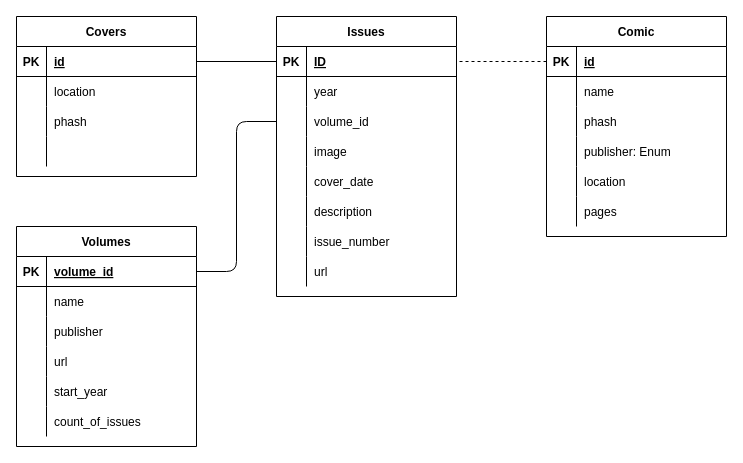
Above: longbox.drawio in jdbennet2001/draw.io (draw.io), before the change. Source tidied: cells renumbered, new cells numbered last; positions are measured from the earlier drawing's top-left corner, leaving out a move shared by most shapes. Both pictures are drawn from the tidied source at 100%, with x=0, y=0 at pixel (16, 16).
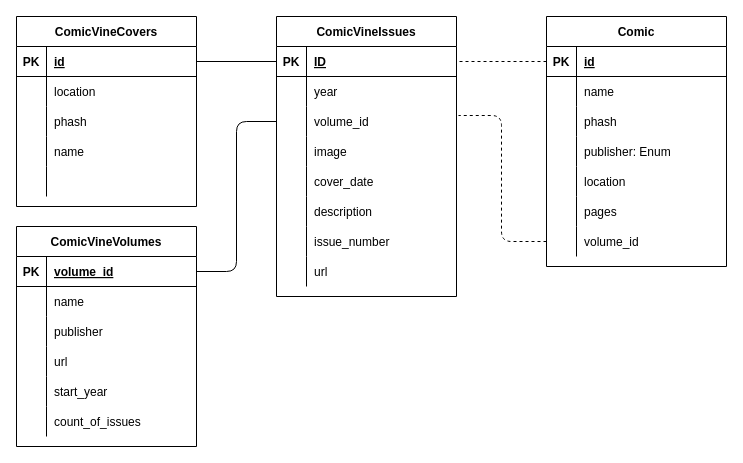
The same diagram, later.

The change refers to these unchanged cells:
```xml
<mxCell id="9" style="shape=partialRectangle;fillColor=none;top=0;left=0;bottom=0;right=0;points=[[0,0.5],[1,0.5]];portConstraint=eastwest;" parent="2" vertex="1">
  <mxGeometry y="90" width="180" height="30" as="geometry" />
</mxCell>
<mxCell id="37" style="shape=partialRectangle;fillColor=none;top=0;left=0;bottom=0;right=0;" parent="27" vertex="1">
  <mxGeometry y="120" width="180" height="30" as="geometry" />
</mxCell>
```

Change to the diagram source:
```diff
@@
-    <mxCell id="2" value="Issues" style="shape=table;startSize=30;childLayout=tableLayout;rowLines=0;fontStyle=1;align=center;" parent="1" vertex="1">
+    <mxCell id="2" value="ComicVineIssues" style="shape=table;startSize=30;childLayout=tableLayout;rowLines=0;fontStyle=1;align=center;" parent="1" vertex="1">
       <mxGeometry x="260" width="180" height="280" as="geometry" />
     </mxCell>
@@
-    <mxCell id="27" value="Covers" style="shape=table;startSize=30;childLayout=tableLayout;rowLines=0;fontStyle=1;align=center;" parent="1" vertex="1">
-      <mxGeometry width="180" height="160" as="geometry" />
+    <mxCell id="27" value="ComicVineCovers" style="shape=table;startSize=30;childLayout=tableLayout;rowLines=0;fontStyle=1;align=center;" parent="1" vertex="1">
+      <mxGeometry width="180" height="190" as="geometry" />
     </mxCell>
@@
-    <mxCell id="39" style="shape=partialRectangle;fillColor=none;top=0;left=0;bottom=0;right=0;align=left;spacingLeft=6;overflow=hidden;" parent="37" vertex="1">
+    <mxCell id="39" value="name" style="shape=partialRectangle;fillColor=none;top=0;left=0;bottom=0;right=0;align=left;spacingLeft=6;overflow=hidden;" parent="37" vertex="1">
       <mxGeometry x="30" width="150" height="30" as="geometry" />
     </mxCell>
+    <mxCell id="81" style="shape=partialRectangle;fillColor=none;top=0;left=0;bottom=0;right=0;" parent="27" vertex="1">
+      <mxGeometry y="150" width="180" height="30" as="geometry" />
+    </mxCell>
+    <mxCell id="82" style="shape=partialRectangle;fillColor=none;top=0;left=0;bottom=0;right=0;overflow=hidden;" parent="81" vertex="1">
+      <mxGeometry width="30" height="30" as="geometry" />
+    </mxCell>
+    <mxCell id="83" style="shape=partialRectangle;fillColor=none;top=0;left=0;bottom=0;right=0;align=left;spacingLeft=6;overflow=hidden;" parent="81" vertex="1">
+      <mxGeometry x="30" width="150" height="30" as="geometry" />
+    </mxCell>
@@
-    <mxCell id="41" value="Volumes" style="shape=table;startSize=30;childLayout=tableLayout;rowLines=0;fontStyle=1;align=center;" parent="1" vertex="1">
+    <mxCell id="41" value="ComicVineVolumes" style="shape=table;startSize=30;childLayout=tableLayout;rowLines=0;fontStyle=1;align=center;" parent="1" vertex="1">
       <mxGeometry y="210" width="180" height="220" as="geometry" />
     </mxCell>
@@
     <mxCell id="61" value="Comic" style="shape=table;startSize=30;childLayout=tableLayout;rowLines=0;fontStyle=1;align=center;" parent="1" vertex="1">
-      <mxGeometry x="530" width="180" height="220" as="geometry" />
+      <mxGeometry x="530" width="180" height="250" as="geometry" />
     </mxCell>
@@
+    <mxCell id="84" style="shape=partialRectangle;fillColor=none;top=0;left=0;bottom=0;right=0;points=[[0,0.5],[1,0.5]];portConstraint=eastwest;" parent="61" vertex="1">
+      <mxGeometry y="210" width="180" height="30" as="geometry" />
+    </mxCell>
+    <mxCell id="85" style="shape=partialRectangle;fillColor=none;top=0;left=0;bottom=0;right=0;overflow=hidden;" parent="84" vertex="1">
+      <mxGeometry width="30" height="30" as="geometry" />
+    </mxCell>
+    <mxCell id="86" value="volume_id" style="shape=partialRectangle;fillColor=none;top=0;left=0;bottom=0;right=0;align=left;spacingLeft=6;overflow=hidden;" parent="84" vertex="1">
+      <mxGeometry x="30" width="150" height="30" as="geometry" />
+    </mxCell>
@@
+    <mxCell id="87" style="edgeStyle=orthogonalEdgeStyle;rounded=1;jettySize=auto;html=1;exitX=0;exitY=0.5;exitDx=0;exitDy=0;entryX=1.011;entryY=0.3;entryDx=0;entryDy=0;entryPerimeter=0;dashed=1;endArrow=none;endFill=0;" parent="1" edge="1" source="84" target="9">
+      <mxGeometry relative="1" as="geometry" />
+    </mxCell>
```
